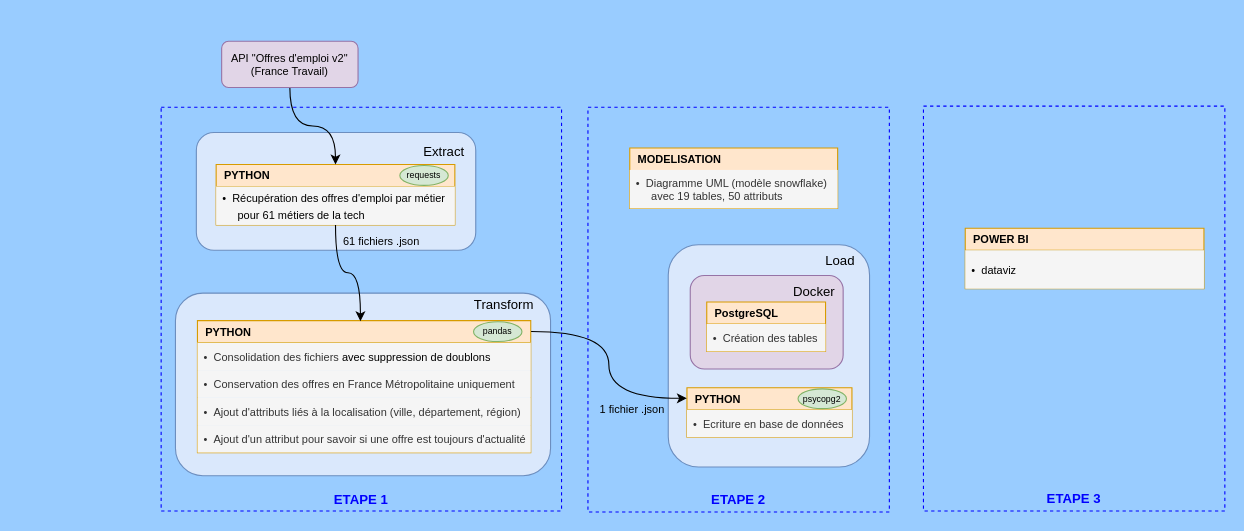
The draw.io diagram workflow.drawio in vimchun/Job-Market-in-France, before the edit. Source tidied: cells renumbered, new cells numbered last; positions are measured from the earlier drawing's top-left corner, leaving out a move shared by most shapes. Both pictures are drawn from the tidied source at 110%, with x=0, y=0 at pixel (161, 41).
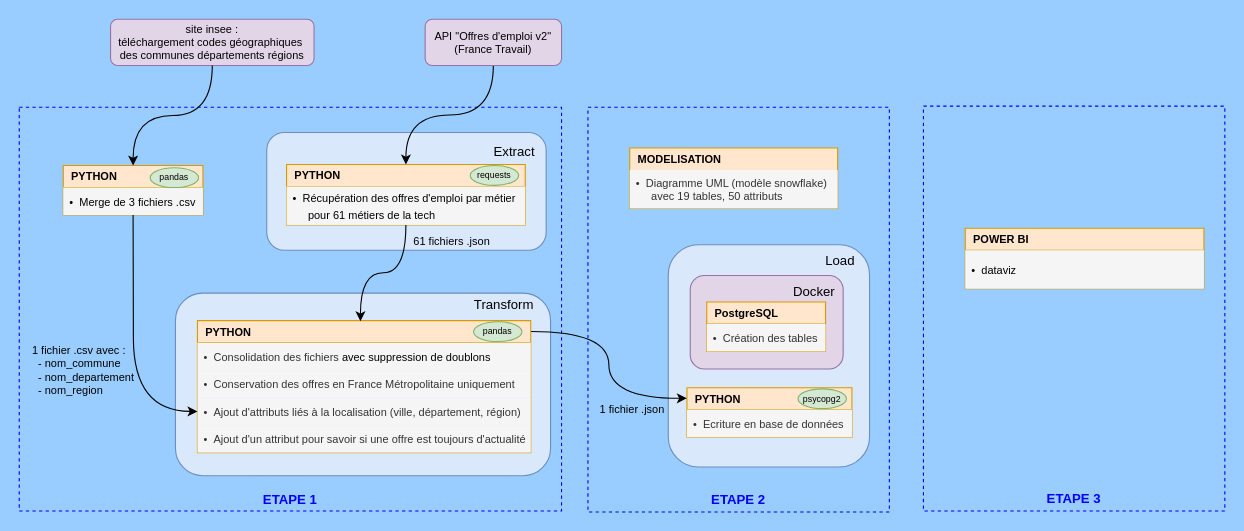
The same page after the edit.

Commit message:
update schéma workflow

The change refers to these unchanged cells:
```xml
<mxCell id="19" value="•&amp;nbsp;&amp;nbsp;Ajout d'attributs liés à la localisation (ville, département, région)" style="text;strokeColor=none;fillColor=#f5f5f5;align=left;verticalAlign=middle;spacingLeft=4;spacingRight=4;overflow=hidden;points=[[0,0.5],[1,0.5]];portConstraint=eastwest;whiteSpace=wrap;html=1;fontFamily=Helvetica;fontSize=10;fontColor=#333333;fontStyle=0;" parent="16" vertex="1">
  <mxGeometry y="70" width="303" height="25" as="geometry" />
</mxCell>
```

What changed in the source:
```diff
@@
     <mxCell id="5" value="&lt;div&gt;&lt;font style=&quot;color: rgb(0, 0, 255);&quot;&gt;&lt;br&gt;&lt;/font&gt;&lt;/div&gt;&lt;div&gt;&lt;font style=&quot;color: rgb(0, 0, 255);&quot;&gt;&lt;br&gt;&lt;/font&gt;&lt;/div&gt;&lt;div&gt;&lt;font style=&quot;color: rgb(0, 0, 255);&quot;&gt;&lt;br&gt;&lt;/font&gt;&lt;/div&gt;&lt;div&gt;&lt;font style=&quot;color: rgb(0, 0, 255);&quot;&gt;&lt;br&gt;&lt;/font&gt;&lt;/div&gt;&lt;div&gt;&lt;font style=&quot;color: rgb(0, 0, 255);&quot;&gt;&lt;br&gt;&lt;/font&gt;&lt;/div&gt;&lt;div&gt;&lt;font style=&quot;color: rgb(0, 0, 255);&quot;&gt;&lt;br&gt;&lt;/font&gt;&lt;/div&gt;&lt;div&gt;&lt;font style=&quot;color: rgb(0, 0, 255);&quot;&gt;&lt;br&gt;&lt;/font&gt;&lt;/div&gt;&lt;div&gt;&lt;font style=&quot;color: rgb(0, 0, 255);&quot;&gt;&lt;br&gt;&lt;/font&gt;&lt;/div&gt;&lt;div&gt;&lt;font style=&quot;color: rgb(0, 0, 255);&quot;&gt;&lt;br&gt;&lt;/font&gt;&lt;/div&gt;&lt;div&gt;&lt;font style=&quot;color: rgb(0, 0, 255);&quot;&gt;&lt;br&gt;&lt;/font&gt;&lt;/div&gt;&lt;div&gt;&lt;font style=&quot;color: rgb(0, 0, 255);&quot;&gt;&lt;br&gt;&lt;/font&gt;&lt;/div&gt;&lt;div&gt;&lt;font style=&quot;color: rgb(0, 0, 255);&quot;&gt;&lt;br&gt;&lt;/font&gt;&lt;/div&gt;&lt;div&gt;&lt;font style=&quot;color: rgb(0, 0, 255);&quot;&gt;&lt;br&gt;&lt;/font&gt;&lt;/div&gt;&lt;div&gt;&lt;font style=&quot;color: rgb(0, 0, 255);&quot;&gt;&lt;br&gt;&lt;/font&gt;&lt;/div&gt;&lt;div&gt;&lt;font style=&quot;color: rgb(0, 0, 255);&quot;&gt;&lt;br&gt;&lt;/font&gt;&lt;/div&gt;&lt;div&gt;&lt;font style=&quot;color: rgb(0, 0, 255);&quot;&gt;&lt;br&gt;&lt;/font&gt;&lt;/div&gt;&lt;div&gt;&lt;font style=&quot;color: rgb(0, 0, 255);&quot;&gt;&lt;br&gt;&lt;/font&gt;&lt;/div&gt;&lt;div&gt;&lt;font style=&quot;color: rgb(0, 0, 255);&quot;&gt;&lt;br&gt;&lt;/font&gt;&lt;/div&gt;&lt;div&gt;&lt;span style=&quot;background-color: transparent;&quot;&gt;&lt;font style=&quot;color: rgb(0, 0, 255);&quot;&gt;&lt;br&gt;&lt;/font&gt;&lt;/span&gt;&lt;/div&gt;&lt;div&gt;&lt;span style=&quot;background-color: transparent;&quot;&gt;&lt;font style=&quot;color: rgb(0, 0, 255);&quot;&gt;&lt;br&gt;&lt;/font&gt;&lt;/span&gt;&lt;/div&gt;&lt;div&gt;&lt;span style=&quot;background-color: transparent;&quot;&gt;&lt;font style=&quot;color: rgb(0, 0, 255);&quot;&gt;&lt;br&gt;&lt;/font&gt;&lt;/span&gt;&lt;/div&gt;&lt;div&gt;&lt;span style=&quot;background-color: transparent;&quot;&gt;&lt;font style=&quot;color: rgb(0, 0, 255);&quot;&gt;&lt;br&gt;&lt;/font&gt;&lt;/span&gt;&lt;/div&gt;&lt;div&gt;&lt;span style=&quot;background-color: transparent;&quot;&gt;&lt;font style=&quot;color: rgb(0, 0, 255);&quot;&gt;&lt;br&gt;&lt;/font&gt;&lt;/span&gt;&lt;/div&gt;&lt;div&gt;&lt;br&gt;&lt;/div&gt;&lt;div&gt;&lt;b style=&quot;background-color: transparent; color: light-dark(rgb(0, 0, 255), rgb(205, 205, 255));&quot;&gt;ETAPE 1&lt;/b&gt;&lt;/div&gt;" style="rounded=0;whiteSpace=wrap;html=1;fillColor=none;dashed=1;strokeWidth=1;strokeColor=#0000FF;" parent="1" vertex="1">
-      <mxGeometry y="60" width="364" height="367" as="geometry" />
+      <mxGeometry x="-129" y="60" width="493" height="367" as="geometry" />
     </mxCell>
@@
     <mxCell id="7" value="&amp;nbsp; &amp;nbsp; &amp;nbsp; &amp;nbsp; &amp;nbsp; &amp;nbsp; &amp;nbsp; &amp;nbsp; &amp;nbsp; &amp;nbsp; &amp;nbsp; &amp;nbsp; &amp;nbsp; &amp;nbsp; &amp;nbsp; &amp;nbsp; &amp;nbsp; &amp;nbsp; &amp;nbsp; &amp;nbsp; &amp;nbsp; &amp;nbsp; &amp;nbsp; &amp;nbsp; &amp;nbsp; &amp;nbsp; &amp;nbsp; &amp;nbsp; &amp;nbsp; &amp;nbsp;Extract&lt;div&gt;&lt;br&gt;&lt;/div&gt;&lt;div&gt;&lt;br&gt;&lt;/div&gt;&lt;div&gt;&lt;br&gt;&lt;/div&gt;&lt;div&gt;&lt;br&gt;&lt;/div&gt;&lt;div&gt;&lt;br&gt;&lt;/div&gt;" style="rounded=1;whiteSpace=wrap;html=1;fillColor=#dae8fc;strokeColor=#6c8ebf;" parent="1" vertex="1">
-      <mxGeometry x="32" y="83" width="254" height="107" as="geometry" />
+      <mxGeometry x="96" y="83" width="254" height="107" as="geometry" />
     </mxCell>
     <mxCell id="8" value="&lt;b&gt;&amp;nbsp; PYTHON&lt;/b&gt;" style="swimlane;fontStyle=0;horizontal=1;startSize=20;whiteSpace=wrap;html=1;fillColor=#ffe6cc;strokeColor=#d79b00;rounded=0;align=left;swimlaneLine=1;glass=0;shadow=0;swimlaneHead=1;swimlaneBody=1;verticalAlign=middle;fontFamily=Helvetica;fontSize=10;fontColor=default;" parent="1" vertex="1">
-      <mxGeometry x="50" y="112" width="217" height="55" as="geometry" />
+      <mxGeometry x="114" y="112" width="217" height="55" as="geometry" />
     </mxCell>
@@
     <mxCell id="22" value="API&amp;nbsp;&lt;span style=&quot;background-color: transparent; color: light-dark(rgb(0, 0, 0), rgb(255, 255, 255));&quot;&gt;&quot;Offres d'emploi v2&quot;&lt;/span&gt;&lt;div&gt;&lt;span style=&quot;background-color: transparent; color: light-dark(rgb(0, 0, 0), rgb(255, 255, 255));&quot;&gt;(&lt;/span&gt;&lt;span style=&quot;background-color: transparent; color: light-dark(rgb(0, 0, 0), rgb(255, 255, 255));&quot;&gt;France Travail)&lt;/span&gt;&lt;/div&gt;" style="rounded=1;whiteSpace=wrap;html=1;fillColor=#e1d5e7;strokeColor=#9673a6;fontSize=10;" parent="1" vertex="1">
-      <mxGeometry x="55" width="124" height="42" as="geometry" />
+      <mxGeometry x="240" y="-20" width="124" height="42" as="geometry" />
     </mxCell>
@@
     <mxCell id="24" value="61 fichiers .json" style="text;html=1;align=center;verticalAlign=middle;whiteSpace=wrap;rounded=0;fontSize=10;" parent="1" vertex="1">
-      <mxGeometry x="158.5" y="167" width="83" height="30" as="geometry" />
+      <mxGeometry x="222.5" y="167" width="83" height="30" as="geometry" />
     </mxCell>
@@
     <mxCell id="27" value="requests" style="ellipse;whiteSpace=wrap;html=1;fontSize=8;fillColor=#d5e8d4;strokeColor=#82b366;" parent="1" vertex="1">
-      <mxGeometry x="217" y="113" width="44" height="18" as="geometry" />
+      <mxGeometry x="281" y="113" width="44" height="18" as="geometry" />
     </mxCell>
@@
+    <mxCell id="33" value="site insee :&lt;div&gt;téléchargement codes géographiques&amp;nbsp;&lt;/div&gt;&lt;div&gt;des&amp;nbsp;&lt;span style=&quot;background-color: transparent; color: light-dark(rgb(0, 0, 0), rgb(255, 255, 255));&quot;&gt;communes départements régions&lt;/span&gt;&lt;/div&gt;" style="rounded=1;whiteSpace=wrap;html=1;fillColor=#e1d5e7;strokeColor=#9673a6;fontSize=10;" parent="1" vertex="1">
+      <mxGeometry x="-46" y="-20" width="185" height="42" as="geometry" />
+    </mxCell>
+    <mxCell id="34" value="1 fichier .csv avec :&lt;div&gt;&lt;div&gt;&amp;nbsp; - nom_commune&lt;/div&gt;&lt;div&gt;&amp;nbsp; - nom_departement&lt;/div&gt;&lt;div&gt;&amp;nbsp; - nom_region&lt;/div&gt;&lt;/div&gt;" style="text;html=1;align=left;verticalAlign=middle;whiteSpace=wrap;rounded=0;fontSize=10;" parent="1" vertex="1">
+      <mxGeometry x="-119" y="270" width="100" height="58" as="geometry" />
+    </mxCell>
+    <mxCell id="35" value="&lt;b&gt;&amp;nbsp; PYTHON&lt;/b&gt;" style="swimlane;fontStyle=0;horizontal=1;startSize=20;whiteSpace=wrap;html=1;fillColor=#ffe6cc;strokeColor=#d79b00;rounded=0;align=left;swimlaneLine=1;glass=0;shadow=0;swimlaneHead=1;swimlaneBody=1;verticalAlign=middle;fontFamily=Helvetica;fontSize=10;fontColor=default;" parent="1" vertex="1">
+      <mxGeometry x="-89" y="113" width="127" height="45" as="geometry" />
+    </mxCell>
+    <mxCell id="36" value="&lt;font style=&quot;font-size: 10px; color: rgb(0, 0, 0);&quot;&gt;•&amp;nbsp; Merge de 3 fichiers .csv&lt;/font&gt;" style="text;align=left;verticalAlign=middle;spacingLeft=4;spacingRight=4;overflow=hidden;whiteSpace=wrap;html=1;fontFamily=Helvetica;fontSize=12;fontStyle=0;fillColor=#f5f5f5;fontColor=#333333;strokeColor=none;" parent="35" vertex="1">
+      <mxGeometry y="20" width="127" height="25" as="geometry" />
+    </mxCell>
+    <mxCell id="37" value="pandas" style="ellipse;whiteSpace=wrap;html=1;fontSize=8;fillColor=#d5e8d4;strokeColor=#82b366;" parent="1" vertex="1">
+      <mxGeometry x="-10" y="115" width="44" height="18" as="geometry" />
+    </mxCell>
+    <mxCell id="38" style="edgeStyle=orthogonalEdgeStyle;rounded=0;jettySize=auto;html=1;exitX=0.5;exitY=1;exitDx=0;exitDy=0;curved=1;entryX=0.5;entryY=0;entryDx=0;entryDy=0;" parent="1" edge="1" source="33" target="35">
+      <mxGeometry relative="1" as="geometry" />
+    </mxCell>
+    <mxCell id="39" style="edgeStyle=orthogonalEdgeStyle;rounded=0;jettySize=auto;html=1;entryX=0;entryY=0.5;entryDx=0;entryDy=0;curved=1;exitX=0.5;exitY=1;exitDx=0;exitDy=0;" parent="1" edge="1" source="35" target="19">
+      <mxGeometry relative="1" as="geometry">
+        <Array as="points">
+          <mxPoint x="-25" y="204" />
+          <mxPoint x="-25" y="337" />
+        </Array>
+      </mxGeometry>
+    </mxCell>
```
